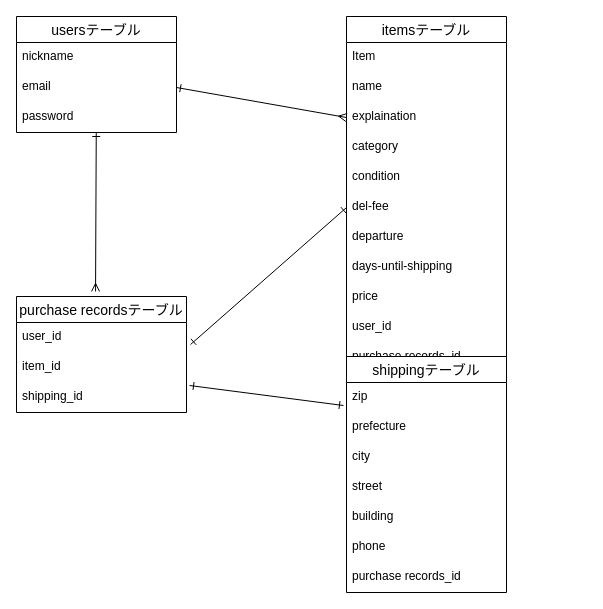
The draw.io diagram test.dio in sakuuuuuuuu/furima-39461, before the edit. Source tidied: cells renumbered, new cells numbered last; positions are measured from the earlier drawing's top-left corner, leaving out a move shared by most shapes. Both pictures are drawn from the tidied source at 100%, with x=0, y=0 at pixel (16, 16).
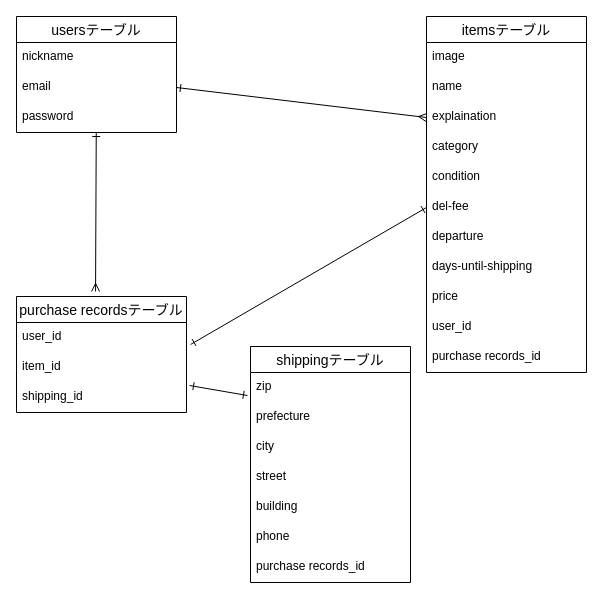
After the change.

Change to the diagram source:
```diff
@@
     <mxCell id="7" value="itemsテーブル" style="swimlane;fontStyle=0;horizontal=1;startSize=26;align=center;fontSize=14;" parent="1" vertex="1">
-      <mxGeometry x="330" width="160" height="356" as="geometry" />
+      <mxGeometry x="410" width="160" height="356" as="geometry" />
     </mxCell>
-    <mxCell id="8" value="Item" style="text;strokeColor=none;fillColor=none;spacingLeft=4;spacingRight=4;overflow=hidden;fontSize=12;" parent="7" vertex="1">
+    <mxCell id="8" value="image" style="text;strokeColor=none;fillColor=none;spacingLeft=4;spacingRight=4;overflow=hidden;fontSize=12;" parent="7" vertex="1">
       <mxGeometry y="26" width="160" height="30" as="geometry" />
     </mxCell>
@@
     <mxCell id="19" value="shippingテーブル" style="swimlane;fontStyle=0;horizontal=1;startSize=26;align=center;fontSize=14;" parent="1" vertex="1">
-      <mxGeometry x="330" y="340" width="160" height="236" as="geometry" />
+      <mxGeometry x="234" y="330" width="160" height="236" as="geometry" />
     </mxCell>
```
